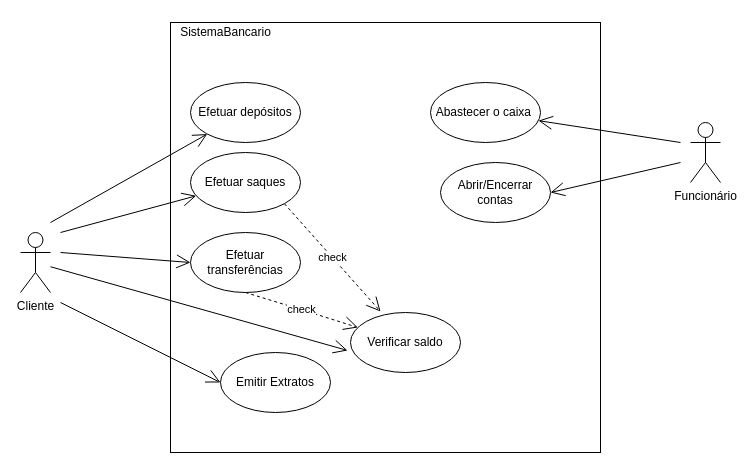
Above: Engenharia de software/UmlConta.drawio in CarlosTorres2305/Bertoti (draw.io), before the change. Source tidied: cells renumbered, new cells numbered last; positions are measured from the earlier drawing's top-left corner, leaving out a move shared by most shapes. Both pictures are drawn from the tidied source at 100%, with x=0, y=0 at pixel (20, 17).
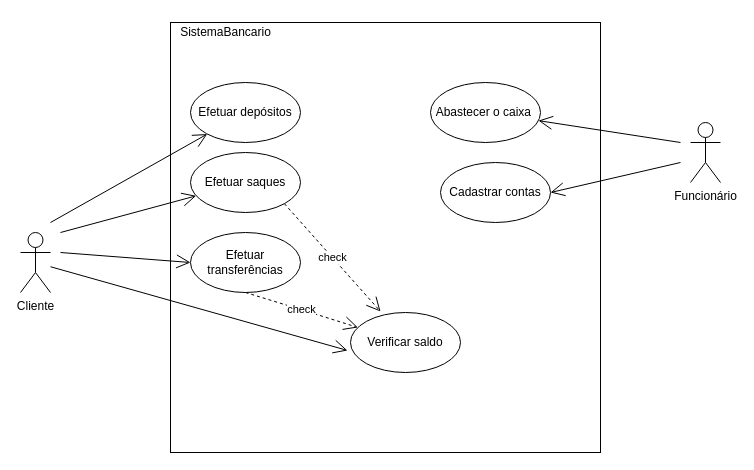
Above is the later version.

What changed in the source:
```diff
@@
-    <mxCell id="16" value="Abrir/Encerrar contas" style="ellipse;whiteSpace=wrap;html=1;" parent="1" vertex="1">
+    <mxCell id="16" value="Cadastrar contas" style="ellipse;whiteSpace=wrap;html=1;" parent="1" vertex="1">
       <mxGeometry x="420" y="145" width="110" height="60" as="geometry" />
     </mxCell>
@@
-    <mxCell id="20" value="Emitir Extratos" style="ellipse;whiteSpace=wrap;html=1;" parent="1" vertex="1">
-      <mxGeometry x="200" y="335" width="110" height="60" as="geometry" />
-    </mxCell>
-    <mxCell id="21" style="endArrow=open;endFill=1;endSize=12;html=1;rounded=0;entryX=0;entryY=0.5;entryDx=0;entryDy=0;" parent="1" edge="1" target="20">
-      <mxGeometry relative="1" as="geometry">
-        <mxPoint x="40" y="285" as="sourcePoint" />
-      </mxGeometry>
-    </mxCell>
```
